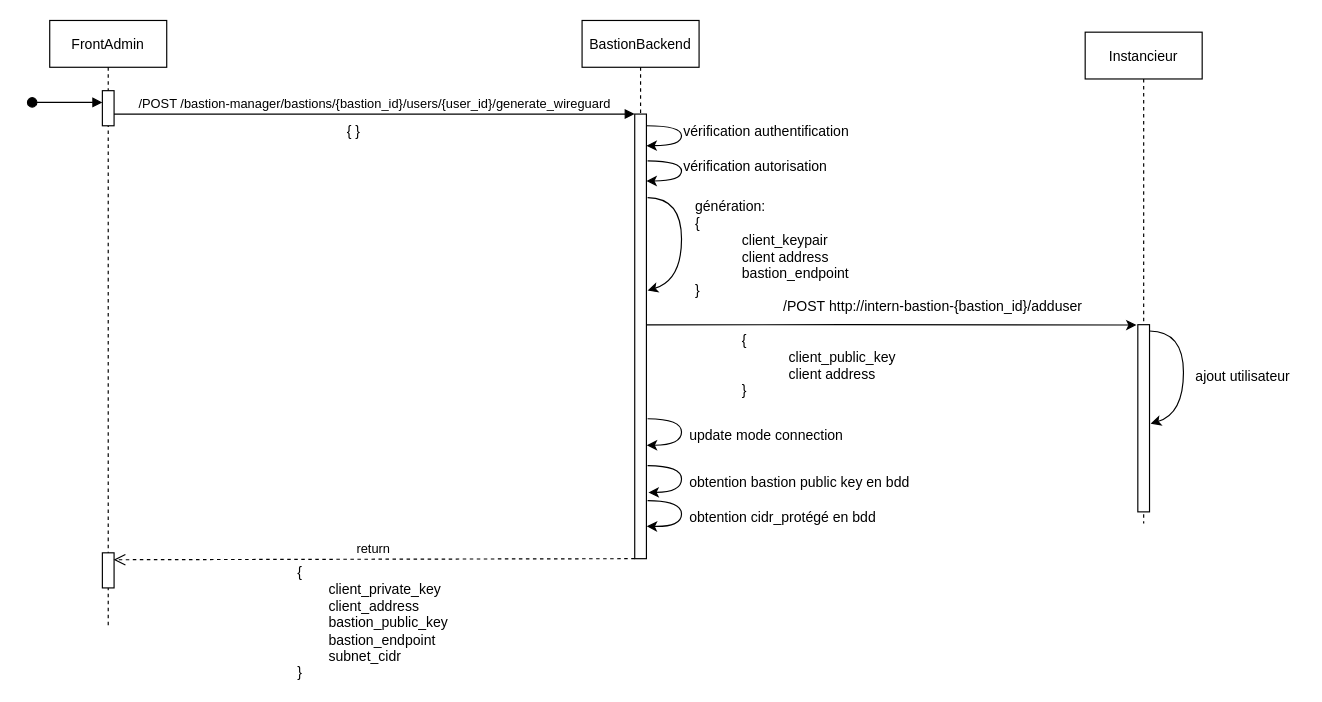
This is Schemas/sequence_generate_wireguard.drawio from Francois238/BastionMania, a draw.io file, before an edit. Source tidied: cells renumbered, new cells numbered last; positions are measured from the earlier drawing's top-left corner, leaving out a move shared by most shapes. Both pictures are drawn from the tidied source at 117%, with x=0, y=0 at pixel (32, 20).
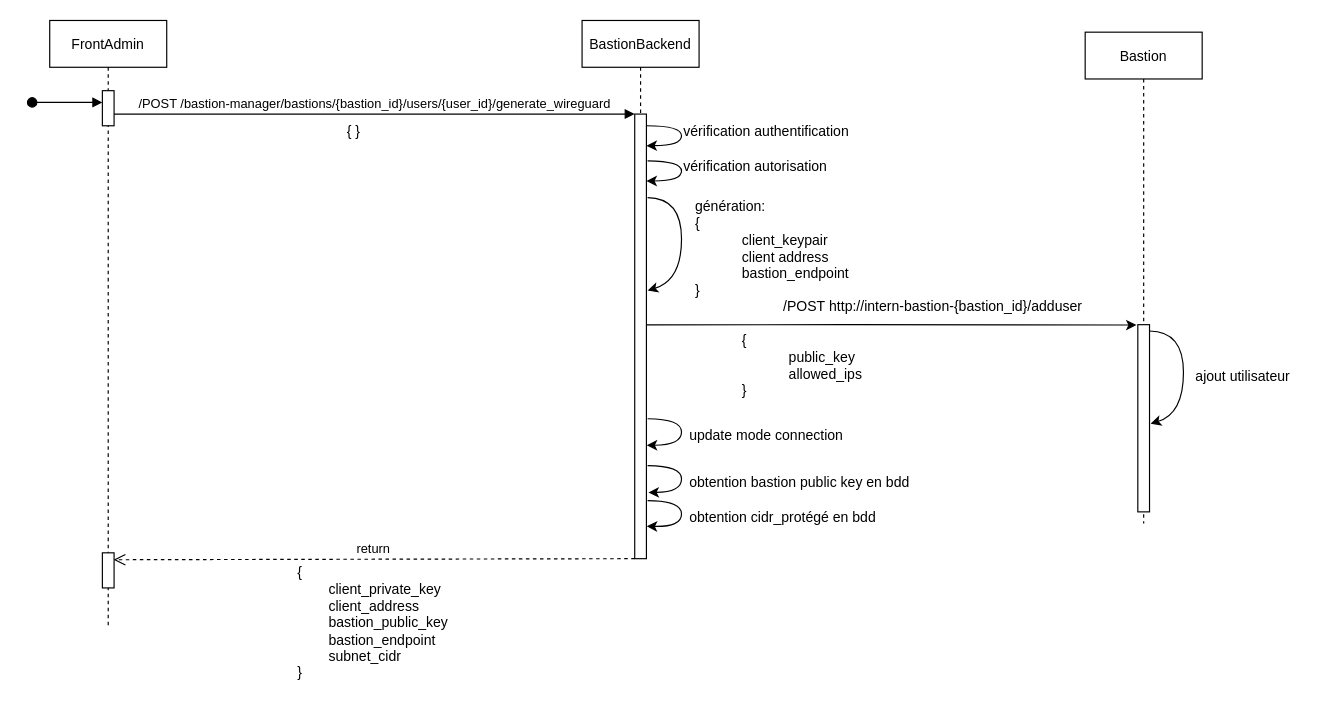
After the change.

Commit message:
modification données transitées

Diff of the diagram source:
```diff
@@
-    <mxCell id="12" value="Instancieur" style="shape=umlLifeline;perimeter=lifelinePerimeter;rounded=0;shadow=0;strokeWidth=1;" parent="1" vertex="1">
+    <mxCell id="12" value="Bastion" style="shape=umlLifeline;perimeter=lifelinePerimeter;rounded=0;shadow=0;strokeWidth=1;" parent="1" vertex="1">
       <mxGeometry x="900" y="10" width="100" height="420" as="geometry" />
     </mxCell>
@@
-    <mxCell id="18" value="{&lt;br&gt;&lt;blockquote style=&quot;margin: 0 0 0 40px; border: none; padding: 0px;&quot;&gt;client_public_key&lt;br&gt;client address&lt;br&gt;&lt;/blockquote&gt;}" style="text;html=1;strokeColor=none;fillColor=none;align=left;verticalAlign=middle;whiteSpace=wrap;rounded=0;" parent="1" vertex="1">
+    <mxCell id="18" value="{&lt;br&gt;&lt;blockquote style=&quot;margin: 0 0 0 40px; border: none; padding: 0px;&quot;&gt;public_key&lt;br&gt;allowed_ips&lt;/blockquote&gt;}" style="text;html=1;strokeColor=none;fillColor=none;align=left;verticalAlign=middle;whiteSpace=wrap;rounded=0;" parent="1" vertex="1">
       <mxGeometry x="605" y="280" width="140" height="30" as="geometry" />
     </mxCell>
```
